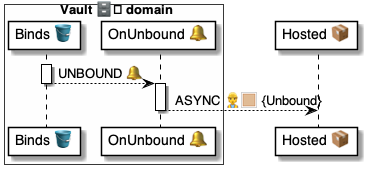
The PlantUML diagram 4 ⚙️ Solution/41 🎭 Domain Roles/Vaults 🗄️/🗄️🪣 Vault tables/Binds 🔗 table/🪣🧱 21 Unbound 🔔 event/🗄️ OnBindUnbound ⚙️ uml.png in pollyweb-org/pollyweb-docs, before a commit. Its source is kept beside it as 4 ⚙️ Solution/41 🎭 Domain Roles/Vaults 🗄️/🗄️🪣 Vault tables/Binds 🔗 table/🪣🧱 21 Unbound 🔔 event/🗄️ OnBindUnbound ⚙️ uml.puml.
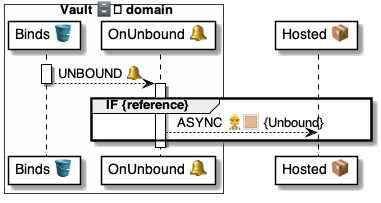
The same diagram one commit later.

Change to the diagram source:
```diff
@@ -12,7 +12,9 @@
 deactivate binds
 
 activate trigger
-    trigger --> hosted: ASYNC 👷🏼 {Unbound}
+    group IF {reference}
+        trigger --> hosted: ASYNC 👷🏼 {Unbound}
+    end group
 deactivate trigger
 
 
```
